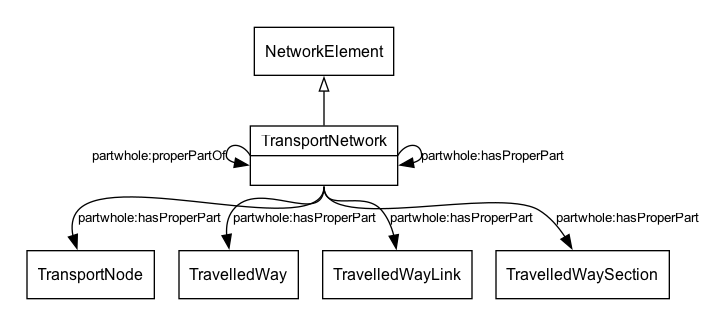
Earlier version of the Graphviz export docs/diagrams/TransportNetwork.png (k-vaughn/5087). Its source is kept beside it as docs/diagrams/TransportNetwork.dot. Source of this version:
```dot
digraph {
	graph [overlap=false splines=true]
	node [fontname=Arial fontsize=12 shape=record]
	edge [fontname=Arial fontsize=10]
	subgraph cluster_main {
		rankdir=TB style=invis
		NetworkElement [label=NetworkElement]
		{
			rank=max
			TransportNetwork [label="{TransportNetwork|}"]
		}
		TransportNetwork -> NetworkElement [arrowhead=onormal style=solid]
		TransportNetwork:e -> TransportNetwork [label="partwhole:hasProperPart"]
		TransportNetwork:w -> TransportNetwork [label="partwhole:properPartOf"]
	}
	subgraph cluster_others {
		style=invis
		TransportNode [label=TransportNode]
		TravelledWay [label=TravelledWay]
		TravelledWayLink [label=TravelledWayLink]
		TravelledWaySection [label=TravelledWaySection]
	}
	TransportNetwork:s -> TransportNode [label="partwhole:hasProperPart"]
	TransportNetwork:s -> TravelledWay [label="partwhole:hasProperPart"]
	TransportNetwork:s -> TravelledWayLink [label="partwhole:hasProperPart"]
	TransportNetwork:s -> TravelledWaySection [label="partwhole:hasProperPart"]
}
```
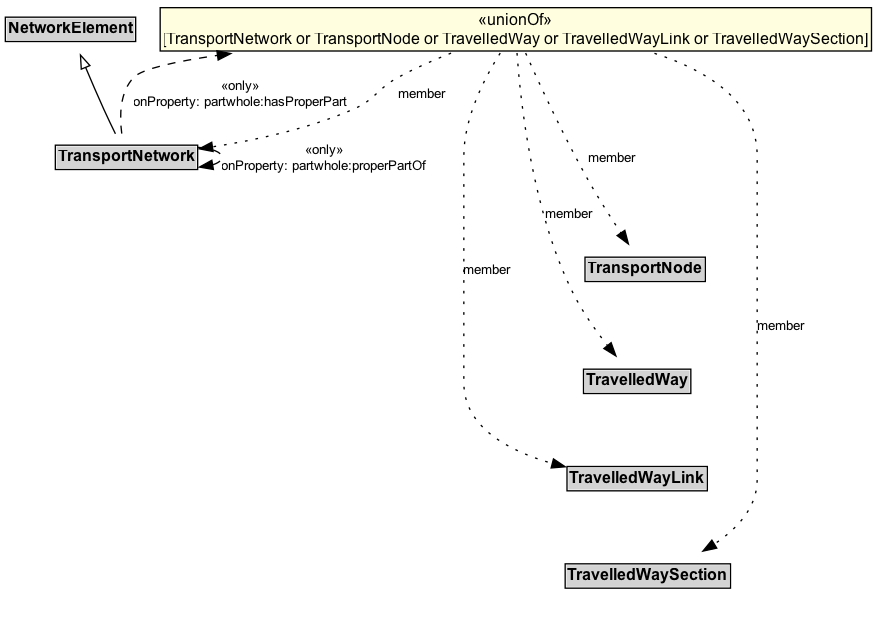
Later version of the same file.

What changed in the source:
```diff
@@ -1,27 +1,32 @@
 digraph {
-	graph [overlap=false splines=true]
-	node [fontname=Arial fontsize=12 shape=record]
+	graph [overlap=false rankdir=TB splines=true]
+	node [fontname=Arial fontsize=12 margin=0 shape=none]
 	edge [fontname=Arial fontsize=10]
-	subgraph cluster_main {
-		rankdir=TB style=invis
-		NetworkElement [label=NetworkElement]
-		{
-			rank=max
-			TransportNetwork [label="{TransportNetwork|}"]
-		}
-		TransportNetwork -> NetworkElement [arrowhead=onormal style=solid]
-		TransportNetwork:e -> TransportNetwork [label="partwhole:hasProperPart"]
-		TransportNetwork:w -> TransportNetwork [label="partwhole:properPartOf"]
+	NetworkElement [label=<<TABLE BORDER="1" CELLBORDER="0" CELLSPACING="0" CELLPADDING="1"><TR><TD BGCOLOR="lightgray" ALIGN="CENTER"><B>NetworkElement</B></TD></TR></TABLE>> margin=0]
+	{
+		rank=max
+		TransportNetwork [label=<<TABLE BORDER="1" CELLBORDER="0" CELLSPACING="0" CELLPADDING="1"><TR><TD BGCOLOR="lightgray" ALIGN="CENTER" PORT="e"><B>TransportNetwork</B></TD></TR></TABLE>> margin=0]
 	}
-	subgraph cluster_others {
-		style=invis
-		TransportNode [label=TransportNode]
-		TravelledWay [label=TravelledWay]
-		TravelledWayLink [label=TravelledWayLink]
-		TravelledWaySection [label=TravelledWaySection]
+	subgraph cluster_associated {
+		label="" style=invis
+		Invis [label=<<TABLE BORDER="0" CELLBORDER="0" CELLSPACING="0" CELLPADDING="1"><TR><TD></TD></TR></TABLE>> margin=0 style=invis]
+		TransportNode [label=<<TABLE BORDER="1" CELLBORDER="0" CELLSPACING="0" CELLPADDING="1"><TR><TD BGCOLOR="lightgray" ALIGN="CENTER"><B>TransportNode</B></TD></TR></TABLE>> margin=0]
+		TravelledWay [label=<<TABLE BORDER="1" CELLBORDER="0" CELLSPACING="0" CELLPADDING="1"><TR><TD BGCOLOR="lightgray" ALIGN="CENTER"><B>TravelledWay</B></TD></TR></TABLE>> margin=0]
+		TravelledWayLink [label=<<TABLE BORDER="1" CELLBORDER="0" CELLSPACING="0" CELLPADDING="1"><TR><TD BGCOLOR="lightgray" ALIGN="CENTER"><B>TravelledWayLink</B></TD></TR></TABLE>> margin=0]
+		TravelledWaySection [label=<<TABLE BORDER="1" CELLBORDER="0" CELLSPACING="0" CELLPADDING="1"><TR><TD BGCOLOR="lightgray" ALIGN="CENTER"><B>TravelledWaySection</B></TD></TR></TABLE>> margin=0]
 	}
-	TransportNetwork:s -> TransportNode [label="partwhole:hasProperPart"]
-	TransportNetwork:s -> TravelledWay [label="partwhole:hasProperPart"]
-	TransportNetwork:s -> TravelledWayLink [label="partwhole:hasProperPart"]
-	TransportNetwork:s -> TravelledWaySection [label="partwhole:hasProperPart"]
+	TransportNetwork -> NetworkElement [arrowhead=onormal style=solid]
+	TransportNetwork -> Invis [style=invis]
+	Invis -> TransportNode [style=invis]
+	TransportNode -> TravelledWay [style=invis]
+	TravelledWay -> TravelledWayLink [style=invis]
+	TravelledWayLink -> TravelledWaySection [style=invis]
+	Union_partwhole_hasProperPart [label=<<TABLE BORDER="1" CELLBORDER="0" CELLSPACING="0" CELLPADDING="1" BGCOLOR="lightyellow"><TR><TD ALIGN="CENTER">«unionOf»<BR/>[TransportNetwork or TransportNode or TravelledWay or TravelledWayLink or TravelledWaySection]</TD></TR></TABLE>> margin=0]
+	Union_partwhole_hasProperPart -> TransportNetwork [label=member arrowhead=normal style=dotted]
+	Union_partwhole_hasProperPart -> TransportNode [label=member arrowhead=normal style=dotted]
+	Union_partwhole_hasProperPart -> TravelledWay [label=member arrowhead=normal style=dotted]
+	Union_partwhole_hasProperPart -> TravelledWayLink [label=member arrowhead=normal style=dotted]
+	Union_partwhole_hasProperPart -> TravelledWaySection [label=member arrowhead=normal style=dotted]
+	TransportNetwork -> Union_partwhole_hasProperPart [label="«only»\nonProperty: partwhole:hasProperPart" arrowhead=normal style=dashed]
+	TransportNetwork -> TransportNetwork [label="«only»\nonProperty: partwhole:properPartOf" style=dashed]
 }
```
